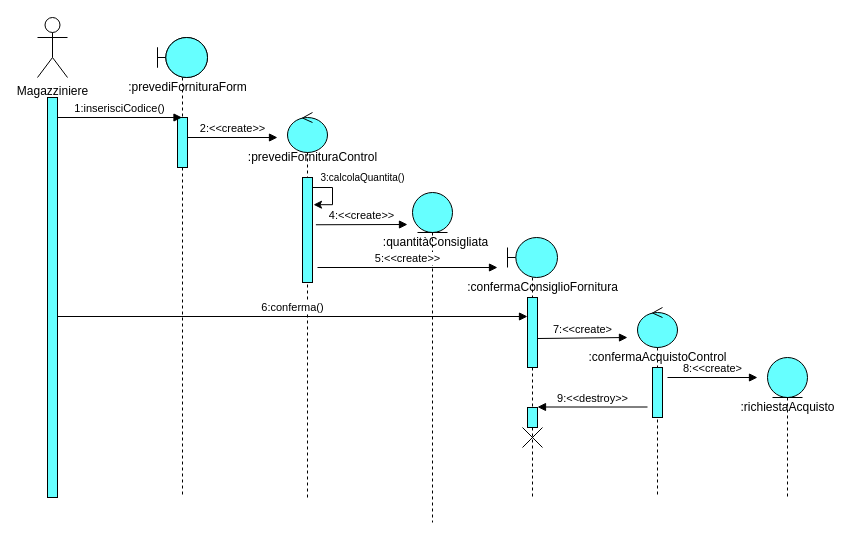
The draw.io diagram Object&SequenceDiagram/SD_4.drawio in Ciro-Fusco/NewDM, before the edit. Source tidied: cells renumbered, new cells numbered last; positions are measured from the earlier drawing's top-left corner, leaving out a move shared by most shapes. Both pictures are drawn from the tidied source at 100%, with x=0, y=0 at pixel (37, 17).
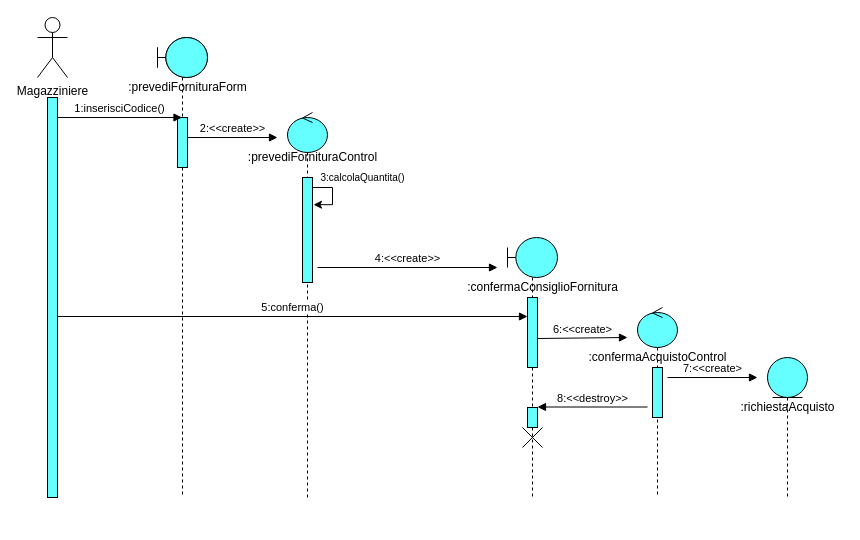
The same diagram, later.

Unchanged cells that the change refers to:
```xml
<mxCell id="10" style="html=1;points=[];perimeter=orthogonalPerimeter;fillColor=#66FFFF;" parent="9" vertex="1">
  <mxGeometry x="15" y="65" width="10" height="105" as="geometry" />
</mxCell>
```

Change to the diagram source:
```diff
@@
-    <mxCell id="14" value="4:&amp;lt;&amp;lt;create&amp;gt;&amp;gt;" style="html=1;verticalAlign=bottom;endArrow=block;exitX=1.34;exitY=0.45;exitDx=0;exitDy=0;exitPerimeter=0;" parent="1" edge="1" source="10">
-      <mxGeometry relative="1" as="geometry">
-        <mxPoint x="370" y="207" as="targetPoint" />
-      </mxGeometry>
-    </mxCell>
-    <mxCell id="15" style="shape=umlLifeline;participant=umlEntity;perimeter=lifelinePerimeter;whiteSpace=wrap;html=1;verticalAlign=top;spacingTop=36;fillColor=#66FFFF;" parent="1" vertex="1">
-      <mxGeometry x="375" y="175" width="40" height="330" as="geometry" />
-    </mxCell>
-    <mxCell id="16" value=":quantitàConsigliata" style="text;html=1;align=center;verticalAlign=middle;" parent="15" vertex="1">
-      <mxGeometry x="-37.5" y="40" width="120" height="20" as="geometry" />
-    </mxCell>
-    <mxCell id="17" value="5:&amp;lt;&amp;lt;create&amp;gt;&amp;gt;" style="html=1;verticalAlign=bottom;endArrow=block;" parent="1" edge="1">
+    <mxCell id="17" value="4:&amp;lt;&amp;lt;create&amp;gt;&amp;gt;" style="html=1;verticalAlign=bottom;endArrow=block;" parent="1" edge="1">
       <mxGeometry relative="1" as="geometry">
         <mxPoint x="280" y="250" as="sourcePoint" />
         <mxPoint x="460" y="250" as="targetPoint" />
       </mxGeometry>
     </mxCell>
@@
-    <mxCell id="23" value="6:conferma()" style="html=1;verticalAlign=bottom;endArrow=block;" parent="1" edge="1">
+    <mxCell id="23" value="5:conferma()" style="html=1;verticalAlign=bottom;endArrow=block;" parent="1" edge="1">
       <mxGeometry relative="1" as="geometry">
         <mxPoint x="20" y="299" as="sourcePoint" />
         <mxPoint x="490" y="299" as="targetPoint" />
       </mxGeometry>
     </mxCell>
-    <mxCell id="24" value="7:&amp;lt;&amp;lt;create&amp;gt;" style="html=1;verticalAlign=bottom;endArrow=block;" parent="1" edge="1">
+    <mxCell id="24" value="6:&amp;lt;&amp;lt;create&amp;gt;" style="html=1;verticalAlign=bottom;endArrow=block;" parent="1" edge="1">
       <mxGeometry relative="1" as="geometry">
         <mxPoint x="500" y="321" as="sourcePoint" />
         <mxPoint x="590" y="320" as="targetPoint" />
       </mxGeometry>
     </mxCell>
@@
-    <mxCell id="29" value="8:&amp;lt;&amp;lt;create&amp;gt;" style="html=1;verticalAlign=bottom;endArrow=block;" parent="1" edge="1">
+    <mxCell id="29" value="7:&amp;lt;&amp;lt;create&amp;gt;" style="html=1;verticalAlign=bottom;endArrow=block;" parent="1" edge="1">
       <mxGeometry relative="1" as="geometry">
         <mxPoint x="630" y="360" as="sourcePoint" />
         <mxPoint x="720" y="360" as="targetPoint" />
       </mxGeometry>
     </mxCell>
@@
-    <mxCell id="31" value="9:&amp;lt;&amp;lt;destroy&amp;gt;&amp;gt;" style="html=1;verticalAlign=bottom;endArrow=block;" parent="1" edge="1">
+    <mxCell id="31" value="8:&amp;lt;&amp;lt;destroy&amp;gt;&amp;gt;" style="html=1;verticalAlign=bottom;endArrow=block;" parent="1" edge="1">
       <mxGeometry relative="1" as="geometry">
         <mxPoint x="610" y="389.5" as="sourcePoint" />
         <mxPoint x="500" y="389.5" as="targetPoint" />
       </mxGeometry>
     </mxCell>
```
